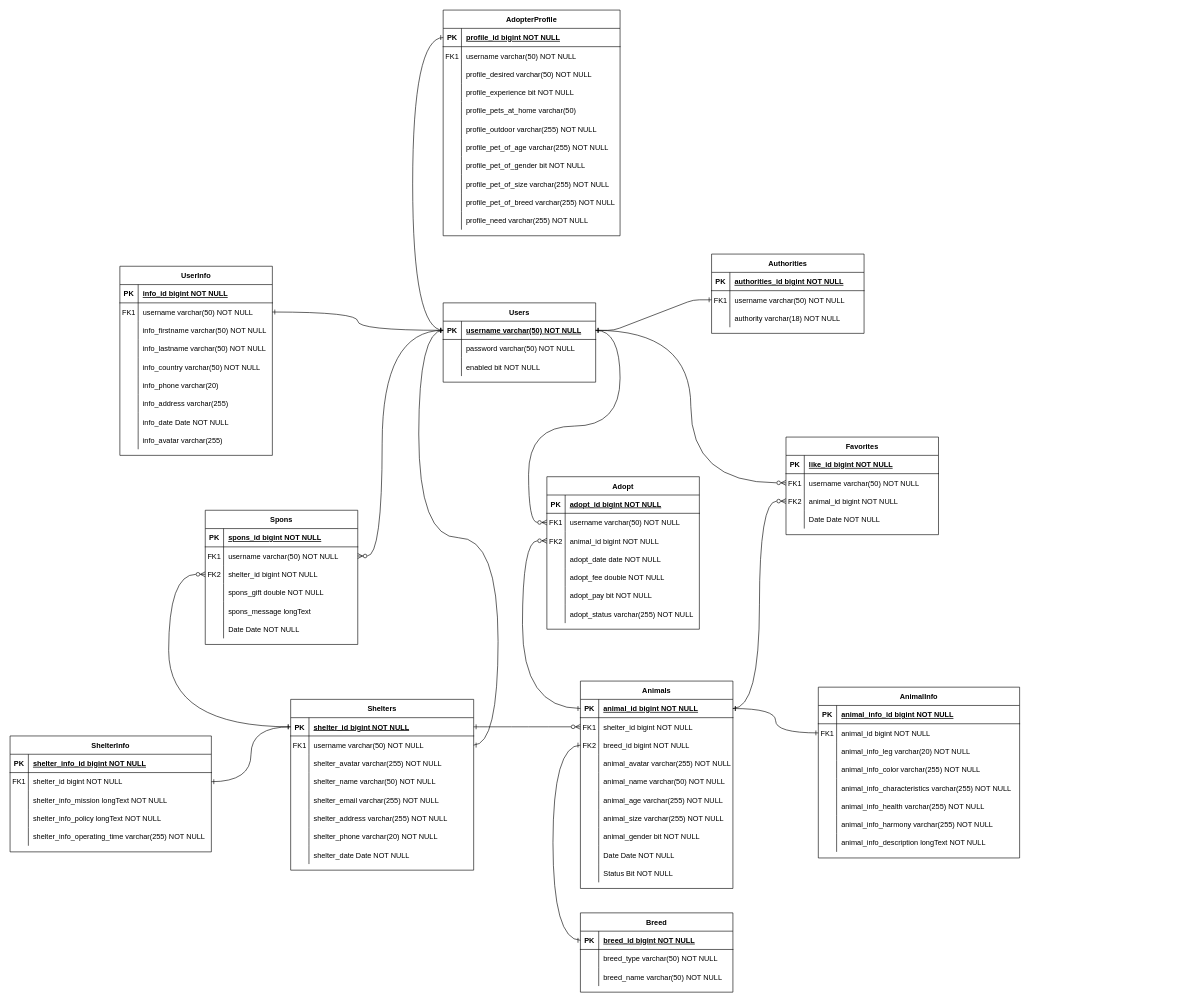
Above: Entity.drawio in DucsDung1412/Project-Findpet (draw.io), before the change. Source tidied: cells renumbered, new cells numbered last; positions are measured from the earlier drawing's top-left corner, leaving out a move shared by most shapes. Both pictures are drawn from the tidied source at 61%, with x=0, y=0 at pixel (10, 10).
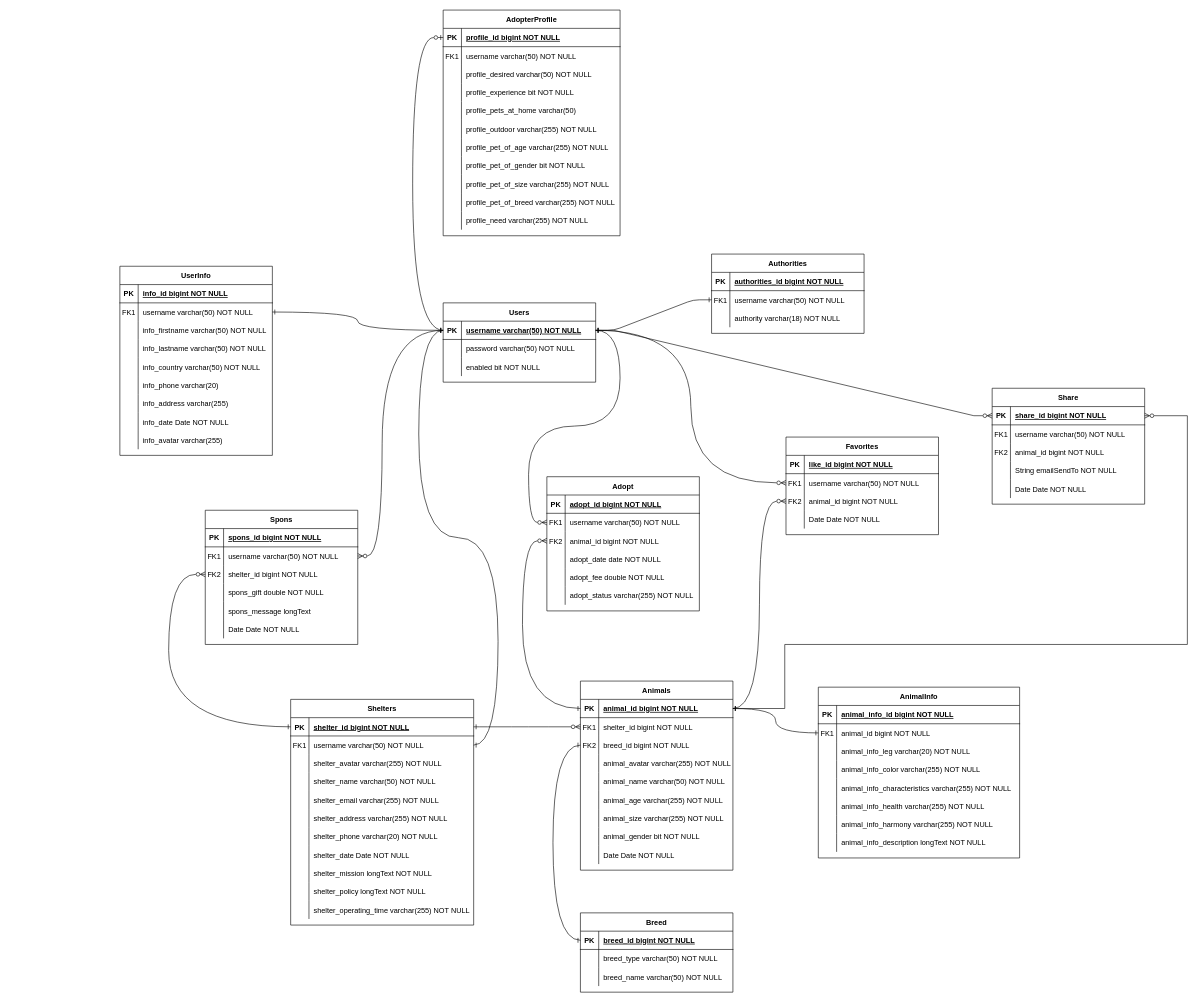
After the change.

The change refers to these unchanged cells:
```xml
<mxCell id="3" style="shape=partialRectangle;fillColor=none;points=[[0,0.5],[1,0.5]];portConstraint=eastwest;top=0;left=0;right=0;bottom=1;" parent="2" vertex="1">
  <mxGeometry y="30" width="250" height="30" as="geometry" />
</mxCell>
<mxCell id="148" style="shape=partialRectangle;fillColor=none;points=[[0,0.5],[1,0.5]];portConstraint=eastwest;top=0;left=0;right=0;bottom=1;" parent="147" vertex="1">
  <mxGeometry y="30" width="300" height="30" as="geometry" />
</mxCell>
<mxCell id="203" style="shape=partialRectangle;fillColor=none;points=[[0,0.5],[1,0.5]];portConstraint=eastwest;top=0;left=0;right=0;bottom=1;" parent="202" vertex="1">
  <mxGeometry y="30" width="250" height="30" as="geometry" />
</mxCell>
<mxCell id="214" style="shape=partialRectangle;fillColor=none;points=[[0,0.5],[1,0.5]];portConstraint=eastwest;top=0;left=0;right=0;bottom=1;" parent="213" vertex="1">
  <mxGeometry y="30" width="290" height="30" as="geometry" />
</mxCell>
```

Change to the diagram source:
```diff
@@
     <mxCell id="2" value="Animals" style="shape=table;startSize=30;childLayout=tableLayout;rowLines=0;fontStyle=1;align=center;" parent="1" vertex="1">
-      <mxGeometry x="935" y="1100" width="250" height="340" as="geometry" />
+      <mxGeometry x="935" y="1100" width="250" height="310" as="geometry" />
     </mxCell>
@@
-    <mxCell id="30" style="shape=partialRectangle;fillColor=none;top=0;left=0;right=0;bottom=0;" parent="2" vertex="1">
-      <mxGeometry y="300" width="250" height="30" as="geometry" />
-    </mxCell>
-    <mxCell id="31" style="shape=partialRectangle;overflow=hidden;fillColor=none;top=0;left=0;bottom=0;right=0;" parent="30" vertex="1">
-      <mxGeometry width="30" height="30" as="geometry" />
-    </mxCell>
-    <mxCell id="32" value="Status Bit NOT NULL" style="shape=partialRectangle;overflow=hidden;fillColor=none;top=0;left=0;bottom=0;right=0;align=left;spacingLeft=6;" parent="30" vertex="1">
-      <mxGeometry x="30" width="220" height="30" as="geometry" />
-    </mxCell>
@@
-    <mxCell id="60" value="ShelterInfo" style="shape=table;startSize=30;childLayout=tableLayout;rowLines=0;fontStyle=1;align=center;" parent="1" vertex="1">
-      <mxGeometry y="1190" width="330" height="190" as="geometry" />
-    </mxCell>
-    <mxCell id="61" style="shape=partialRectangle;fillColor=none;top=0;left=0;right=0;bottom=1;" parent="60" vertex="1">
-      <mxGeometry y="30" width="330" height="30" as="geometry" />
-    </mxCell>
-    <mxCell id="62" value="PK" style="shape=partialRectangle;overflow=hidden;fillColor=none;top=0;left=0;bottom=0;right=0;fontStyle=1;" parent="61" vertex="1">
-      <mxGeometry width="30" height="30" as="geometry" />
-    </mxCell>
-    <mxCell id="63" value="shelter_info_id bigint NOT NULL " style="shape=partialRectangle;overflow=hidden;fillColor=none;top=0;left=0;bottom=0;right=0;align=left;spacingLeft=6;fontStyle=5;" parent="61" vertex="1">
-      <mxGeometry x="30" width="300" height="30" as="geometry" />
-    </mxCell>
-    <mxCell id="64" style="shape=partialRectangle;fillColor=none;points=[[0,0.5],[1,0.5]];portConstraint=eastwest;top=0;left=0;right=0;bottom=0;" parent="60" vertex="1">
-      <mxGeometry y="60" width="330" height="30" as="geometry" />
-    </mxCell>
-    <mxCell id="65" value="FK1" style="shape=partialRectangle;overflow=hidden;fillColor=none;top=0;left=0;bottom=0;right=0;" parent="64" vertex="1">
-      <mxGeometry width="30" height="30" as="geometry" />
-    </mxCell>
-    <mxCell id="66" value="shelter_id bigint NOT NULL" style="shape=partialRectangle;overflow=hidden;fillColor=none;top=0;left=0;bottom=0;right=0;align=left;spacingLeft=6;" parent="64" vertex="1">
-      <mxGeometry x="30" width="300" height="30" as="geometry" />
-    </mxCell>
-    <mxCell id="67" style="shape=partialRectangle;fillColor=none;top=0;left=0;right=0;bottom=0;" parent="60" vertex="1">
-      <mxGeometry y="90" width="330" height="30" as="geometry" />
-    </mxCell>
-    <mxCell id="68" style="shape=partialRectangle;overflow=hidden;fillColor=none;top=0;left=0;bottom=0;right=0;" parent="67" vertex="1">
-      <mxGeometry width="30" height="30" as="geometry" />
-    </mxCell>
-    <mxCell id="69" value="shelter_info_mission longText NOT NULL" style="shape=partialRectangle;overflow=hidden;fillColor=none;top=0;left=0;bottom=0;right=0;align=left;spacingLeft=6;" parent="67" vertex="1">
-      <mxGeometry x="30" width="300" height="30" as="geometry" />
-    </mxCell>
-    <mxCell id="70" style="shape=partialRectangle;fillColor=none;top=0;left=0;right=0;bottom=0;" parent="60" vertex="1">
-      <mxGeometry y="120" width="330" height="30" as="geometry" />
-    </mxCell>
-    <mxCell id="71" style="shape=partialRectangle;overflow=hidden;fillColor=none;top=0;left=0;bottom=0;right=0;" parent="70" vertex="1">
-      <mxGeometry width="30" height="30" as="geometry" />
-    </mxCell>
-    <mxCell id="72" value="shelter_info_policy longText NOT NULL" style="shape=partialRectangle;overflow=hidden;fillColor=none;top=0;left=0;bottom=0;right=0;align=left;spacingLeft=6;" parent="70" vertex="1">
-      <mxGeometry x="30" width="300" height="30" as="geometry" />
-    </mxCell>
-    <mxCell id="73" style="shape=partialRectangle;fillColor=none;top=0;left=0;right=0;bottom=0;" parent="60" vertex="1">
-      <mxGeometry y="150" width="330" height="30" as="geometry" />
-    </mxCell>
-    <mxCell id="74" style="shape=partialRectangle;overflow=hidden;fillColor=none;top=0;left=0;bottom=0;right=0;" parent="73" vertex="1">
-      <mxGeometry width="30" height="30" as="geometry" />
-    </mxCell>
-    <mxCell id="75" value="shelter_info_operating_time varchar(255) NOT NULL" style="shape=partialRectangle;overflow=hidden;fillColor=none;top=0;left=0;bottom=0;right=0;align=left;spacingLeft=6;" parent="73" vertex="1">
-      <mxGeometry x="30" width="300" height="30" as="geometry" />
-    </mxCell>
-    <mxCell id="76" style="edgeStyle=orthogonalEdgeStyle;rounded=0;jettySize=auto;html=1;exitX=1;exitY=0.5;exitDx=0;exitDy=0;startArrow=ERone;startFill=0;endArrow=ERone;endFill=0;curved=1;" parent="1" edge="1" source="64" target="148">
-      <mxGeometry relative="1" as="geometry" />
-    </mxCell>
     <mxCell id="77" value="Adopt" style="shape=table;startSize=30;childLayout=tableLayout;rowLines=0;fontStyle=1;align=center;" parent="1" vertex="1">
-      <mxGeometry x="880" y="765" width="250" height="250" as="geometry" />
+      <mxGeometry x="880" y="765" width="250" height="220" as="geometry" />
     </mxCell>
@@
-    <mxCell id="93" style="shape=partialRectangle;fillColor=none;top=0;left=0;right=0;bottom=0;" parent="77" vertex="1">
-      <mxGeometry y="180" width="250" height="30" as="geometry" />
-    </mxCell>
-    <mxCell id="94" style="shape=partialRectangle;overflow=hidden;fillColor=none;top=0;left=0;bottom=0;right=0;" parent="93" vertex="1">
-      <mxGeometry width="30" height="30" as="geometry" />
-    </mxCell>
-    <mxCell id="95" value="adopt_pay bit NOT NULL" style="shape=partialRectangle;overflow=hidden;fillColor=none;top=0;left=0;bottom=0;right=0;align=left;spacingLeft=6;" parent="93" vertex="1">
-      <mxGeometry x="30" width="220" height="30" as="geometry" />
-    </mxCell>
     <mxCell id="96" style="shape=partialRectangle;fillColor=none;top=0;left=0;right=0;bottom=0;" parent="77" vertex="1">
-      <mxGeometry y="210" width="250" height="30" as="geometry" />
+      <mxGeometry y="180" width="250" height="30" as="geometry" />
     </mxCell>
@@
     <mxCell id="147" value="Shelters" style="shape=table;startSize=30;childLayout=tableLayout;rowLines=0;fontStyle=1;align=center;" parent="1" vertex="1">
-      <mxGeometry x="460" y="1130" width="300" height="280" as="geometry" />
+      <mxGeometry x="460" y="1130" width="300" height="370" as="geometry" />
     </mxCell>
@@
+    <mxCell id="259" style="shape=partialRectangle;fillColor=none;top=0;left=0;right=0;bottom=0;" parent="147" vertex="1">
+      <mxGeometry y="270" width="300" height="30" as="geometry" />
+    </mxCell>
+    <mxCell id="260" style="shape=partialRectangle;overflow=hidden;fillColor=none;top=0;left=0;bottom=0;right=0;" parent="259" vertex="1">
+      <mxGeometry width="30" height="30" as="geometry" />
+    </mxCell>
+    <mxCell id="261" value="shelter_mission longText NOT NULL" style="shape=partialRectangle;overflow=hidden;fillColor=none;top=0;left=0;bottom=0;right=0;align=left;spacingLeft=6;" parent="259" vertex="1">
+      <mxGeometry x="30" width="270" height="30" as="geometry" />
+    </mxCell>
+    <mxCell id="262" style="shape=partialRectangle;fillColor=none;top=0;left=0;right=0;bottom=0;" parent="147" vertex="1">
+      <mxGeometry y="300" width="300" height="30" as="geometry" />
+    </mxCell>
+    <mxCell id="263" style="shape=partialRectangle;overflow=hidden;fillColor=none;top=0;left=0;bottom=0;right=0;" parent="262" vertex="1">
+      <mxGeometry width="30" height="30" as="geometry" />
+    </mxCell>
+    <mxCell id="264" value="shelter_policy longText NOT NULL" style="shape=partialRectangle;overflow=hidden;fillColor=none;top=0;left=0;bottom=0;right=0;align=left;spacingLeft=6;" parent="262" vertex="1">
+      <mxGeometry x="30" width="270" height="30" as="geometry" />
+    </mxCell>
+    <mxCell id="265" style="shape=partialRectangle;fillColor=none;top=0;left=0;right=0;bottom=0;" parent="147" vertex="1">
+      <mxGeometry y="330" width="300" height="30" as="geometry" />
+    </mxCell>
+    <mxCell id="266" style="shape=partialRectangle;overflow=hidden;fillColor=none;top=0;left=0;bottom=0;right=0;" parent="265" vertex="1">
+      <mxGeometry width="30" height="30" as="geometry" />
+    </mxCell>
+    <mxCell id="267" value="shelter_operating_time varchar(255) NOT NULL" style="shape=partialRectangle;overflow=hidden;fillColor=none;top=0;left=0;bottom=0;right=0;align=left;spacingLeft=6;" parent="265" vertex="1">
+      <mxGeometry x="30" width="270" height="30" as="geometry" />
+    </mxCell>
@@
-    <mxCell id="247" style="edgeStyle=orthogonalEdgeStyle;rounded=0;jettySize=auto;html=1;entryX=0;entryY=0.5;entryDx=0;entryDy=0;curved=1;exitX=0;exitY=0.5;exitDx=0;exitDy=0;startArrow=ERone;startFill=0;endArrow=ERone;endFill=0;" parent="1" edge="1" source="203" target="214">
+    <mxCell id="247" style="edgeStyle=orthogonalEdgeStyle;rounded=0;jettySize=auto;html=1;entryX=0;entryY=0.5;entryDx=0;entryDy=0;curved=1;exitX=0;exitY=0.5;exitDx=0;exitDy=0;startArrow=ERone;startFill=0;endArrow=ERzeroToOne;endFill=0;" parent="1" edge="1" source="203" target="214">
       <mxGeometry relative="1" as="geometry">
         <Array as="points">
           <mxPoint x="660" y="525" />
           <mxPoint x="660" y="45" />
         </Array>
       </mxGeometry>
     </mxCell>
@@
+    <mxCell id="268" value="Share" style="shape=table;startSize=30;childLayout=tableLayout;rowLines=0;fontStyle=1;align=center;" parent="1" vertex="1">
+      <mxGeometry x="1610" y="620" width="250" height="190" as="geometry" />
+    </mxCell>
+    <mxCell id="269" style="shape=partialRectangle;fillColor=none;points=[[0,0.5],[1,0.5]];portConstraint=eastwest;top=0;left=0;right=0;bottom=1;" parent="268" vertex="1">
+      <mxGeometry y="30" width="250" height="30" as="geometry" />
+    </mxCell>
+    <mxCell id="62" value="PK" style="shape=partialRectangle;overflow=hidden;fillColor=none;top=0;left=0;bottom=0;right=0;fontStyle=1;" parent="269" vertex="1">
+      <mxGeometry width="30" height="30" as="geometry" />
+    </mxCell>
+    <mxCell id="270" value="share_id bigint NOT NULL " style="shape=partialRectangle;overflow=hidden;fillColor=none;top=0;left=0;bottom=0;right=0;align=left;spacingLeft=6;fontStyle=5;" parent="269" vertex="1">
+      <mxGeometry x="30" width="220" height="30" as="geometry" />
+    </mxCell>
+    <mxCell id="271" style="shape=partialRectangle;fillColor=none;top=0;left=0;right=0;bottom=0;" parent="268" vertex="1">
+      <mxGeometry y="60" width="250" height="30" as="geometry" />
+    </mxCell>
+    <mxCell id="65" value="FK1" style="shape=partialRectangle;overflow=hidden;fillColor=none;top=0;left=0;bottom=0;right=0;" parent="271" vertex="1">
+      <mxGeometry width="30" height="30" as="geometry" />
+    </mxCell>
+    <mxCell id="272" value="username varchar(50) NOT NULL" style="shape=partialRectangle;overflow=hidden;fillColor=none;top=0;left=0;bottom=0;right=0;align=left;spacingLeft=6;" parent="271" vertex="1">
+      <mxGeometry x="30" width="220" height="30" as="geometry" />
+    </mxCell>
+    <mxCell id="273" style="shape=partialRectangle;fillColor=none;top=0;left=0;right=0;bottom=0;" parent="268" vertex="1">
+      <mxGeometry y="90" width="250" height="30" as="geometry" />
+    </mxCell>
+    <mxCell id="274" value="FK2" style="shape=partialRectangle;overflow=hidden;fillColor=none;top=0;left=0;bottom=0;right=0;" parent="273" vertex="1">
+      <mxGeometry width="30" height="30" as="geometry" />
+    </mxCell>
+    <mxCell id="275" value="animal_id bigint NOT NULL" style="shape=partialRectangle;overflow=hidden;fillColor=none;top=0;left=0;bottom=0;right=0;align=left;spacingLeft=6;" parent="273" vertex="1">
+      <mxGeometry x="30" width="220" height="30" as="geometry" />
+    </mxCell>
+    <mxCell id="276" style="shape=partialRectangle;fillColor=none;top=0;left=0;right=0;bottom=0;" parent="268" vertex="1">
+      <mxGeometry y="120" width="250" height="30" as="geometry" />
+    </mxCell>
+    <mxCell id="277" style="shape=partialRectangle;overflow=hidden;fillColor=none;top=0;left=0;bottom=0;right=0;" parent="276" vertex="1">
+      <mxGeometry width="30" height="30" as="geometry" />
+    </mxCell>
+    <mxCell id="278" value="String emailSendTo NOT NULL" style="shape=partialRectangle;overflow=hidden;fillColor=none;top=0;left=0;bottom=0;right=0;align=left;spacingLeft=6;" parent="276" vertex="1">
+      <mxGeometry x="30" width="220" height="30" as="geometry" />
+    </mxCell>
+    <mxCell id="279" style="shape=partialRectangle;fillColor=none;top=0;left=0;right=0;bottom=0;" parent="268" vertex="1">
+      <mxGeometry y="150" width="250" height="30" as="geometry" />
+    </mxCell>
+    <mxCell id="280" style="shape=partialRectangle;overflow=hidden;fillColor=none;top=0;left=0;bottom=0;right=0;" parent="279" vertex="1">
+      <mxGeometry width="30" height="30" as="geometry" />
+    </mxCell>
+    <mxCell id="281" value="Date Date NOT NULL" style="shape=partialRectangle;overflow=hidden;fillColor=none;top=0;left=0;bottom=0;right=0;align=left;spacingLeft=6;" parent="279" vertex="1">
+      <mxGeometry x="30" width="220" height="30" as="geometry" />
+    </mxCell>
+    <mxCell id="282" style="edgeStyle=entityRelationEdgeStyle;rounded=0;jettySize=auto;html=1;startArrow=ERone;startFill=0;endArrow=ERzeroToMany;endFill=0;" parent="1" edge="1" source="203" target="269">
+      <mxGeometry relative="1" as="geometry" />
+    </mxCell>
+    <mxCell id="283" style="edgeStyle=orthogonalEdgeStyle;rounded=0;jettySize=auto;html=1;exitX=1;exitY=0.5;exitDx=0;exitDy=0;entryX=1;entryY=0.5;entryDx=0;entryDy=0;startArrow=ERzeroToMany;startFill=0;endArrow=ERone;endFill=0;" parent="1" edge="1" source="269" target="3">
+      <mxGeometry relative="1" as="geometry">
+        <Array as="points">
+          <mxPoint x="1930" y="665" />
+          <mxPoint x="1930" y="1040" />
+          <mxPoint x="1270" y="1040" />
+          <mxPoint x="1270" y="1145" />
+        </Array>
+      </mxGeometry>
+    </mxCell>
```
